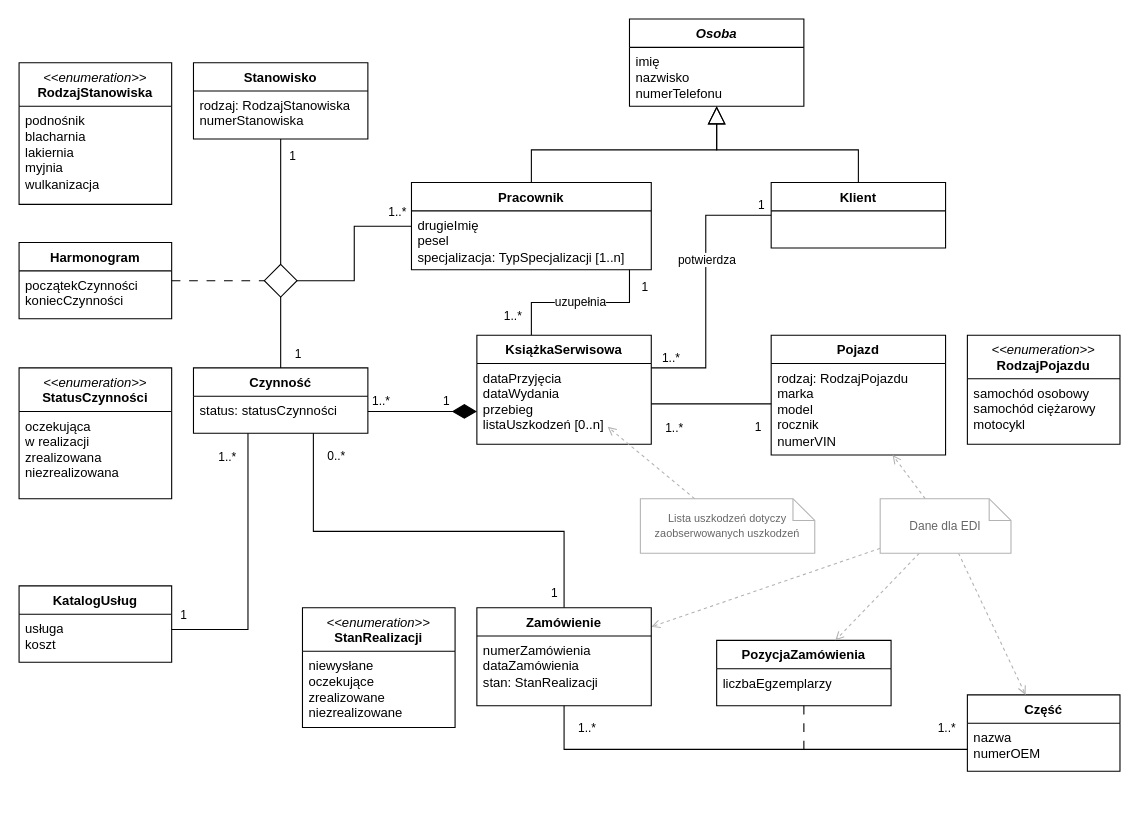
SSwiatlak/IT_SYSTEM_FOR_CAR_WORKSHOPS keeps this draw.io diagram as model_koncepcyjny/drawio/MODA4_koncepcyjny.drawio. Above is the earlier version. Source tidied: cells renumbered, new cells numbered last; positions are measured from the earlier drawing's top-left corner, leaving out a move shared by most shapes. Both pictures are drawn from the tidied source at 109%, with x=0, y=0 at pixel (19, 19).
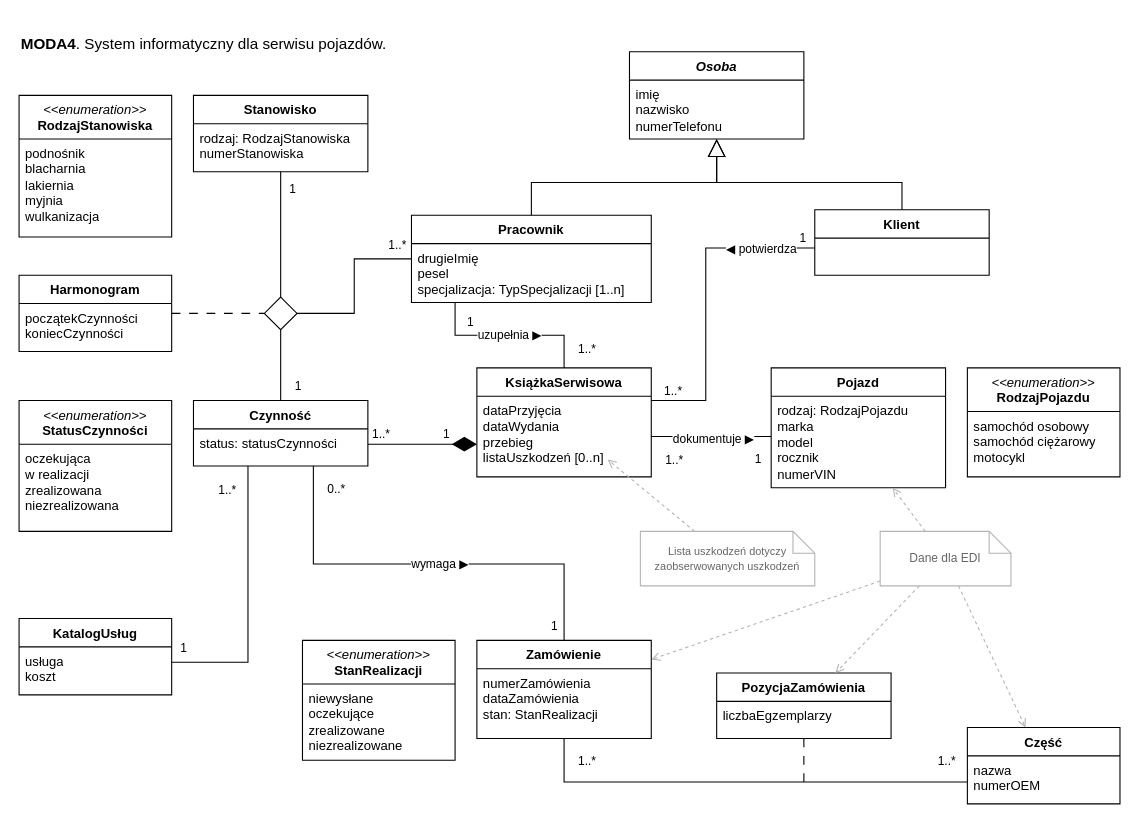
The same page after the edit.

Commit message (it also covers changes not shown here):
Nazwy asocjacji

Unchanged cells that the change refers to:
```xml
<mxCell id="20" value="&lt;span&gt;&lt;/span&gt;imię&lt;div&gt;nazwisko&lt;div&gt;numerTelefonu&lt;/div&gt;&lt;/div&gt;" style="text;strokeColor=none;fillColor=none;align=left;verticalAlign=top;spacingLeft=4;spacingRight=4;overflow=hidden;points=[[0,0.5],[1,0.5]];portConstraint=eastwest;whiteSpace=wrap;html=1;" parent="19" vertex="1">
  <mxGeometry y="26" width="160" height="54" as="geometry" />
</mxCell>
<mxCell id="35" value="&lt;span&gt;&lt;/span&gt;dataPrzyjęcia&lt;div&gt;dataWydania&lt;/div&gt;&lt;div&gt;&lt;span style=&quot;background-color: initial;&quot;&gt;przebieg&lt;/span&gt;&lt;/div&gt;&lt;div&gt;&lt;span style=&quot;background-color: initial;&quot;&gt;listaUszkodzeń [0..n]&lt;/span&gt;&lt;/div&gt;" style="text;strokeColor=none;fillColor=none;align=left;verticalAlign=top;spacingLeft=4;spacingRight=4;overflow=hidden;points=[[0,0.5],[1,0.5]];portConstraint=eastwest;whiteSpace=wrap;html=1;" parent="34" vertex="1">
  <mxGeometry y="26" width="160" height="74" as="geometry" />
</mxCell>
<mxCell id="40" value="Czynność" style="swimlane;fontStyle=1;align=center;verticalAlign=top;horizontal=1;startSize=26;whiteSpace=wrap;html=1;" parent="37" vertex="1">
  <mxGeometry x="160" width="160" height="60" as="geometry" />
</mxCell>
<mxCell id="45" value="Stanowisko" style="swimlane;fontStyle=1;align=center;verticalAlign=top;horizontal=1;startSize=26;whiteSpace=wrap;html=1;" parent="42" vertex="1">
  <mxGeometry x="160" width="160" height="70" as="geometry" />
</mxCell>
<mxCell id="49" value="&lt;span&gt;&lt;/span&gt;rodzaj: RodzajPojazdu&lt;br&gt; marka&lt;div&gt;model&lt;div&gt;rocznik&lt;div&gt;numerVIN&lt;/div&gt;&lt;/div&gt;&lt;/div&gt;" style="text;strokeColor=none;fillColor=none;align=left;verticalAlign=top;spacingLeft=4;spacingRight=4;overflow=hidden;points=[[0,0.5],[1,0.5]];portConstraint=eastwest;whiteSpace=wrap;html=1;" parent="48" vertex="1">
  <mxGeometry y="26" width="160" height="84" as="geometry" />
</mxCell>
```

The edit, as a diff of the source:
```diff
@@
+    <mxCell id="76" style="group;" parent="1" vertex="1">
+      <mxGeometry y="30" width="1010" height="690" as="geometry" />
+    </mxCell>
-    <mxCell id="2" style="edgeStyle=orthogonalEdgeStyle;rounded=0;jettySize=auto;html=1;dashed=1;startSize=7;endArrow=none;endFill=0;dashPattern=8 8;" parent="1" edge="1" source="3" target="13">
+    <mxCell id="2" style="edgeStyle=orthogonalEdgeStyle;rounded=0;jettySize=auto;html=1;dashed=1;startSize=7;endArrow=none;endFill=0;dashPattern=8 8;" parent="76" edge="1" source="3" target="13">
       <mxGeometry relative="1" as="geometry" />
     </mxCell>
-    <mxCell id="3" value="Harmonogram" style="swimlane;fontStyle=1;align=center;verticalAlign=top;horizontal=1;startSize=26;whiteSpace=wrap;html=1;" parent="1" vertex="1">
+    <mxCell id="3" value="Harmonogram" style="swimlane;fontStyle=1;align=center;verticalAlign=top;horizontal=1;startSize=26;whiteSpace=wrap;html=1;" parent="76" vertex="1">
       <mxGeometry y="205" width="140" height="70" as="geometry" />
     </mxCell>
@@
-    <mxCell id="5" value="KatalogUsług" style="swimlane;fontStyle=1;align=center;verticalAlign=top;horizontal=1;startSize=26;whiteSpace=wrap;html=1;" parent="1" vertex="1">
+    <mxCell id="5" value="KatalogUsług" style="swimlane;fontStyle=1;align=center;verticalAlign=top;horizontal=1;startSize=26;whiteSpace=wrap;html=1;" parent="76" vertex="1">
       <mxGeometry y="520" width="140" height="70" as="geometry" />
     </mxCell>
@@
-    <mxCell id="7" style="edgeStyle=orthogonalEdgeStyle;rounded=0;jettySize=auto;html=1;endArrow=none;endFill=0;" parent="1" edge="1" source="13" target="40">
+    <mxCell id="7" style="edgeStyle=orthogonalEdgeStyle;rounded=0;jettySize=auto;html=1;endArrow=none;endFill=0;" parent="76" edge="1" source="13" target="40">
       <mxGeometry relative="1" as="geometry" />
     </mxCell>
@@
-    <mxCell id="9" style="edgeStyle=orthogonalEdgeStyle;rounded=0;jettySize=auto;html=1;endArrow=none;endFill=0;" parent="1" edge="1" source="13" target="45">
+    <mxCell id="9" style="edgeStyle=orthogonalEdgeStyle;rounded=0;jettySize=auto;html=1;endArrow=none;endFill=0;" parent="76" edge="1" source="13" target="45">
       <mxGeometry relative="1" as="geometry">
         <Array as="points">
           <mxPoint x="240" y="190" />
           <mxPoint x="240" y="190" />
         </Array>
       </mxGeometry>
     </mxCell>
@@
-    <mxCell id="11" style="edgeStyle=orthogonalEdgeStyle;rounded=0;jettySize=auto;html=1;endArrow=none;endFill=0;" parent="1" edge="1" source="13" target="17">
+    <mxCell id="11" style="edgeStyle=orthogonalEdgeStyle;rounded=0;jettySize=auto;html=1;endArrow=none;endFill=0;" parent="76" edge="1" source="13" target="17">
       <mxGeometry relative="1" as="geometry" />
     </mxCell>
@@
-    <mxCell id="13" style="rhombus;whiteSpace=wrap;html=1;" parent="1" vertex="1">
+    <mxCell id="13" style="rhombus;whiteSpace=wrap;html=1;" parent="76" vertex="1">
       <mxGeometry x="225" y="225" width="30" height="30" as="geometry" />
     </mxCell>
-    <mxCell id="14" value="uzupełnia" style="edgeStyle=orthogonalEdgeStyle;rounded=0;jettySize=auto;html=1;endArrow=none;endFill=0;" parent="1" edge="1" source="17" target="34">
+    <mxCell id="14" value="uzupełnia&amp;nbsp;▶" style="edgeStyle=orthogonalEdgeStyle;rounded=0;jettySize=auto;html=1;endArrow=none;endFill=0;" parent="76" edge="1" source="17" target="34">
       <mxGeometry relative="1" as="geometry">
         <Array as="points">
-          <mxPoint x="560" y="260" />
-          <mxPoint x="470" y="260" />
+          <mxPoint x="400" y="260" />
+          <mxPoint x="500" y="260" />
         </Array>
       </mxGeometry>
     </mxCell>
     <mxCell id="15" value="1..*" style="edgeLabel;html=1;align=center;verticalAlign=middle;" parent="14" vertex="1">
       <mxGeometry x="0.46" relative="1" as="geometry">
-        <mxPoint x="-28" y="12" as="offset" />
+        <mxPoint x="33" y="12" as="offset" />
       </mxGeometry>
     </mxCell>
@@
-    <mxCell id="17" value="Pracownik" style="swimlane;fontStyle=1;align=center;verticalAlign=top;horizontal=1;startSize=26;whiteSpace=wrap;html=1;" parent="1" vertex="1">
+    <mxCell id="17" value="Pracownik" style="swimlane;fontStyle=1;align=center;verticalAlign=top;horizontal=1;startSize=26;whiteSpace=wrap;html=1;" parent="76" vertex="1">
       <mxGeometry x="360" y="150" width="220" height="80" as="geometry" />
     </mxCell>
@@
-    <mxCell id="19" value="&lt;i&gt;Osoba&lt;/i&gt;" style="swimlane;fontStyle=1;align=center;verticalAlign=top;horizontal=1;startSize=26;whiteSpace=wrap;html=1;" parent="1" vertex="1">
+    <mxCell id="19" value="&lt;i&gt;Osoba&lt;/i&gt;" style="swimlane;fontStyle=1;align=center;verticalAlign=top;horizontal=1;startSize=26;whiteSpace=wrap;html=1;" parent="76" vertex="1">
       <mxGeometry x="560" width="160" height="80" as="geometry" />
     </mxCell>
@@
-    <mxCell id="21" style="edgeStyle=orthogonalEdgeStyle;rounded=0;jettySize=auto;html=1;endArrow=none;endFill=0;" parent="1" edge="1" source="25" target="34">
+    <mxCell id="21" style="edgeStyle=orthogonalEdgeStyle;rounded=0;jettySize=auto;html=1;endArrow=none;endFill=0;" parent="76" edge="1" source="25" target="34">
       <mxGeometry relative="1" as="geometry">
         <Array as="points">
           <mxPoint x="630" y="180" />
           <mxPoint x="630" y="320" />
         </Array>
       </mxGeometry>
     </mxCell>
@@
-    <mxCell id="24" value="potwierdza" style="edgeLabel;html=1;align=center;verticalAlign=middle;" parent="21" vertex="1">
+    <mxCell id="24" value="◀ potwierdza" style="edgeLabel;html=1;align=center;verticalAlign=middle;" parent="21" vertex="1">
       <mxGeometry y="-1" relative="1" as="geometry">
-        <mxPoint x="1" y="-25" as="offset" />
+        <mxPoint x="51" y="-45" as="offset" />
       </mxGeometry>
     </mxCell>
-    <mxCell id="25" value="Klient" style="swimlane;fontStyle=1;align=center;verticalAlign=top;horizontal=1;startSize=26;whiteSpace=wrap;html=1;" parent="1" vertex="1">
-      <mxGeometry x="690" y="150" width="160" height="60" as="geometry" />
+    <mxCell id="25" value="Klient" style="swimlane;fontStyle=1;align=center;verticalAlign=top;horizontal=1;startSize=26;whiteSpace=wrap;html=1;" parent="76" vertex="1">
+      <mxGeometry x="730" y="145" width="160" height="60" as="geometry" />
     </mxCell>
-    <mxCell id="26" style="edgeStyle=orthogonalEdgeStyle;rounded=0;jettySize=auto;html=1;endArrow=none;endFill=0;startArrow=block;startFill=0;jumpSize=7;endSize=8;startSize=14;" parent="1" edge="1" source="20" target="17">
+    <mxCell id="26" style="edgeStyle=orthogonalEdgeStyle;rounded=0;jettySize=auto;html=1;endArrow=none;endFill=0;startArrow=block;startFill=0;jumpSize=7;endSize=8;startSize=14;" parent="76" edge="1" source="20" target="17">
       <mxGeometry relative="1" as="geometry">
         <Array as="points">
           <mxPoint x="640" y="120" />
           <mxPoint x="470" y="120" />
         </Array>
       </mxGeometry>
     </mxCell>
-    <mxCell id="27" style="edgeStyle=orthogonalEdgeStyle;rounded=0;jettySize=auto;html=1;endArrow=none;endFill=0;startArrow=block;startFill=0;endSize=14;startSize=14;" parent="1" edge="1" source="20" target="25">
+    <mxCell id="27" style="edgeStyle=orthogonalEdgeStyle;rounded=0;jettySize=auto;html=1;endArrow=none;endFill=0;startArrow=block;startFill=0;endSize=14;startSize=14;" parent="76" edge="1" source="20" target="25">
       <mxGeometry relative="1" as="geometry">
         <Array as="points">
           <mxPoint x="640" y="120" />
-          <mxPoint x="770" y="120" />
+          <mxPoint x="810" y="120" />
         </Array>
       </mxGeometry>
     </mxCell>
-    <mxCell id="28" style="edgeStyle=orthogonalEdgeStyle;rounded=0;jettySize=auto;html=1;endArrow=none;endFill=0;dashed=1;dashPattern=8 8;" parent="1" edge="1" source="29">
+    <mxCell id="28" style="edgeStyle=orthogonalEdgeStyle;rounded=0;jettySize=auto;html=1;endArrow=none;endFill=0;dashed=1;dashPattern=8 8;" parent="76" edge="1" source="29">
       <mxGeometry relative="1" as="geometry">
         <mxPoint x="720" y="670" as="targetPoint" />
         <Array as="points">
           <mxPoint x="720" y="650" />
           <mxPoint x="720" y="650" />
         </Array>
       </mxGeometry>
     </mxCell>
-    <mxCell id="29" value="PozycjaZamówienia" style="swimlane;fontStyle=1;align=center;verticalAlign=top;horizontal=1;startSize=26;whiteSpace=wrap;html=1;" parent="1" vertex="1">
+    <mxCell id="29" value="PozycjaZamówienia" style="swimlane;fontStyle=1;align=center;verticalAlign=top;horizontal=1;startSize=26;whiteSpace=wrap;html=1;" parent="76" vertex="1">
       <mxGeometry x="640" y="570" width="160" height="60" as="geometry" />
     </mxCell>
@@
-    <mxCell id="31" style="edgeStyle=orthogonalEdgeStyle;rounded=0;jettySize=auto;html=1;endArrow=none;endFill=0;startArrow=diamondThin;startFill=1;endSize=8;startSize=20;" parent="1" edge="1" source="34" target="40">
+    <mxCell id="31" style="edgeStyle=orthogonalEdgeStyle;rounded=0;jettySize=auto;html=1;endArrow=none;endFill=0;startArrow=diamondThin;startFill=1;endSize=8;startSize=20;" parent="76" edge="1" source="34" target="40">
       <mxGeometry relative="1" as="geometry">
         <Array as="points">
           <mxPoint x="370" y="360" />
           <mxPoint x="370" y="360" />
         </Array>
       </mxGeometry>
     </mxCell>
@@
-    <mxCell id="34" value="KsiążkaSerwisowa" style="swimlane;fontStyle=1;align=center;verticalAlign=top;horizontal=1;startSize=26;whiteSpace=wrap;html=1;" parent="1" vertex="1">
+    <mxCell id="34" value="KsiążkaSerwisowa" style="swimlane;fontStyle=1;align=center;verticalAlign=top;horizontal=1;startSize=26;whiteSpace=wrap;html=1;" parent="76" vertex="1">
       <mxGeometry x="420" y="290" width="160" height="100" as="geometry" />
     </mxCell>
@@
-    <mxCell id="37" style="group;" parent="1" vertex="1">
+    <mxCell id="37" style="group;" parent="76" vertex="1">
       <mxGeometry y="320" width="320" height="120" as="geometry" />
     </mxCell>
@@
-    <mxCell id="42" style="group;" parent="1" vertex="1">
+    <mxCell id="42" style="group;" parent="76" vertex="1">
       <mxGeometry y="40" width="320" height="130" as="geometry" />
     </mxCell>
@@
-    <mxCell id="47" style="group;" parent="1" vertex="1">
+    <mxCell id="47" style="group;" parent="76" vertex="1">
       <mxGeometry x="690" y="290" width="320" height="110" as="geometry" />
     </mxCell>
@@
-    <mxCell id="52" value="Część" style="swimlane;fontStyle=1;align=center;verticalAlign=top;horizontal=1;startSize=26;whiteSpace=wrap;html=1;" parent="1" vertex="1">
+    <mxCell id="52" value="Część" style="swimlane;fontStyle=1;align=center;verticalAlign=top;horizontal=1;startSize=26;whiteSpace=wrap;html=1;" parent="76" vertex="1">
       <mxGeometry x="870" y="620" width="140" height="70" as="geometry" />
     </mxCell>
@@
-    <mxCell id="54" style="edgeStyle=orthogonalEdgeStyle;rounded=0;jettySize=auto;html=1;endArrow=none;endFill=0;" parent="1" edge="1" source="35" target="49">
+    <mxCell id="54" style="edgeStyle=orthogonalEdgeStyle;rounded=0;jettySize=auto;html=1;endArrow=none;endFill=0;" parent="76" edge="1" source="35" target="49">
       <mxGeometry relative="1" as="geometry">
         <Array as="points">
           <mxPoint x="720" y="350" />
           <mxPoint x="720" y="350" />
         </Array>
       </mxGeometry>
     </mxCell>
@@
+    <mxCell id="77" value="dokumentuje&amp;nbsp;▶" style="edgeLabel;html=1;align=center;verticalAlign=middle;" parent="54" vertex="1">
+      <mxGeometry x="0.01" y="-1" relative="1" as="geometry" />
+    </mxCell>
-    <mxCell id="57" style="edgeStyle=orthogonalEdgeStyle;rounded=0;jettySize=auto;html=1;endArrow=none;endFill=0;" parent="1" edge="1" source="40" target="72">
+    <mxCell id="57" style="edgeStyle=orthogonalEdgeStyle;rounded=0;jettySize=auto;html=1;endArrow=none;endFill=0;" parent="76" edge="1" source="40" target="72">
       <mxGeometry relative="1" as="geometry">
         <Array as="points">
           <mxPoint x="270" y="470" />
           <mxPoint x="500" y="470" />
         </Array>
       </mxGeometry>
     </mxCell>
@@
+    <mxCell id="78" value="wymaga&amp;nbsp;▶" style="edgeLabel;html=1;align=center;verticalAlign=middle;" parent="57" vertex="1">
+      <mxGeometry x="0.05" y="1" relative="1" as="geometry" />
+    </mxCell>
-    <mxCell id="60" style="edgeStyle=orthogonalEdgeStyle;rounded=0;jettySize=auto;html=1;endArrow=none;endFill=0;" parent="1" edge="1" source="72" target="52">
+    <mxCell id="60" style="edgeStyle=orthogonalEdgeStyle;rounded=0;jettySize=auto;html=1;endArrow=none;endFill=0;" parent="76" edge="1" source="72" target="52">
       <mxGeometry relative="1" as="geometry">
         <Array as="points">
           <mxPoint x="500" y="670" />
         </Array>
       </mxGeometry>
     </mxCell>
@@
-    <mxCell id="63" style="edgeStyle=orthogonalEdgeStyle;rounded=0;jettySize=auto;html=1;endArrow=none;endFill=0;" parent="1" edge="1" source="40" target="5">
+    <mxCell id="63" style="edgeStyle=orthogonalEdgeStyle;rounded=0;jettySize=auto;html=1;endArrow=none;endFill=0;" parent="76" edge="1" source="40" target="5">
       <mxGeometry relative="1" as="geometry">
         <Array as="points">
           <mxPoint x="210" y="560" />
         </Array>
       </mxGeometry>
     </mxCell>
@@
-    <mxCell id="66" style="rounded=0;jettySize=auto;html=1;strokeColor=#B3B3B3;dashed=1;endArrow=open;endFill=0;" parent="1" edge="1" source="70" target="72">
+    <mxCell id="66" style="rounded=0;jettySize=auto;html=1;strokeColor=#B3B3B3;dashed=1;endArrow=open;endFill=0;" parent="76" edge="1" source="70" target="72">
       <mxGeometry relative="1" as="geometry" />
     </mxCell>
-    <mxCell id="67" style="rounded=0;jettySize=auto;html=1;strokeColor=#B3B3B3;dashed=1;endArrow=open;endFill=0;" parent="1" edge="1" source="70" target="29">
+    <mxCell id="67" style="rounded=0;jettySize=auto;html=1;strokeColor=#B3B3B3;dashed=1;endArrow=open;endFill=0;" parent="76" edge="1" source="70" target="29">
       <mxGeometry relative="1" as="geometry" />
     </mxCell>
-    <mxCell id="68" style="rounded=0;jettySize=auto;html=1;strokeColor=#B3B3B3;dashed=1;endArrow=open;endFill=0;" parent="1" edge="1" source="70" target="52">
+    <mxCell id="68" style="rounded=0;jettySize=auto;html=1;strokeColor=#B3B3B3;dashed=1;endArrow=open;endFill=0;" parent="76" edge="1" source="70" target="52">
       <mxGeometry relative="1" as="geometry" />
     </mxCell>
-    <mxCell id="69" style="rounded=0;jettySize=auto;html=1;dashed=1;endArrow=open;endFill=0;strokeColor=#B3B3B3;" parent="1" edge="1" source="70" target="49">
+    <mxCell id="69" style="rounded=0;jettySize=auto;html=1;dashed=1;endArrow=open;endFill=0;strokeColor=#B3B3B3;" parent="76" edge="1" source="70" target="49">
       <mxGeometry relative="1" as="geometry" />
     </mxCell>
-    <mxCell id="70" value="Dane dla EDI" style="shape=note;size=20;whiteSpace=wrap;html=1;strokeColor=#B3B3B3;fontSize=11;fontColor=#666666;" parent="1" vertex="1">
+    <mxCell id="70" value="Dane dla EDI" style="shape=note;size=20;whiteSpace=wrap;html=1;strokeColor=#B3B3B3;fontSize=11;fontColor=#666666;" parent="76" vertex="1">
       <mxGeometry x="790" y="440" width="120" height="50" as="geometry" />
     </mxCell>
-    <mxCell id="71" value="&lt;font style=&quot;font-size: 10px;&quot;&gt;Lista uszkodzeń dotyczy zaobserwowanych uszkodzeń&lt;/font&gt;" style="shape=note;size=20;whiteSpace=wrap;html=1;strokeColor=#B3B3B3;fontSize=11;fontColor=#666666;" parent="1" vertex="1">
+    <mxCell id="71" value="&lt;font style=&quot;font-size: 10px;&quot;&gt;Lista uszkodzeń dotyczy zaobserwowanych uszkodzeń&lt;/font&gt;" style="shape=note;size=20;whiteSpace=wrap;html=1;strokeColor=#B3B3B3;fontSize=11;fontColor=#666666;" parent="76" vertex="1">
       <mxGeometry x="570" y="440" width="160" height="50" as="geometry" />
     </mxCell>
-    <mxCell id="72" value="Zamówienie" style="swimlane;fontStyle=1;align=center;verticalAlign=top;horizontal=1;startSize=26;whiteSpace=wrap;html=1;" parent="1" vertex="1">
+    <mxCell id="72" value="Zamówienie" style="swimlane;fontStyle=1;align=center;verticalAlign=top;horizontal=1;startSize=26;whiteSpace=wrap;html=1;" parent="76" vertex="1">
       <mxGeometry x="420" y="540" width="160" height="90" as="geometry" />
     </mxCell>
@@
-    <mxCell id="74" value="&lt;span style=&quot;font-weight: normal;&quot;&gt;&lt;i&gt;&amp;lt;&amp;lt;enumeration&amp;gt;&amp;gt;&lt;/i&gt;&lt;/span&gt;&lt;div&gt;StanRealizacji&lt;/div&gt;" style="swimlane;fontStyle=1;align=center;verticalAlign=top;horizontal=1;startSize=40;whiteSpace=wrap;html=1;" parent="1" vertex="1">
+    <mxCell id="74" value="&lt;span style=&quot;font-weight: normal;&quot;&gt;&lt;i&gt;&amp;lt;&amp;lt;enumeration&amp;gt;&amp;gt;&lt;/i&gt;&lt;/span&gt;&lt;div&gt;StanRealizacji&lt;/div&gt;" style="swimlane;fontStyle=1;align=center;verticalAlign=top;horizontal=1;startSize=40;whiteSpace=wrap;html=1;" parent="76" vertex="1">
       <mxGeometry x="260" y="540" width="140" height="110" as="geometry" />
     </mxCell>
@@
+    <mxCell id="79" value="&lt;font style=&quot;font-size: 14px;&quot;&gt;&lt;b style=&quot;&quot;&gt;MODA4&lt;/b&gt;. System informatyczny dla serwisu pojazdów.&lt;/font&gt;&lt;div style=&quot;font-size: 14px;&quot;&gt;&lt;br&gt;&lt;/div&gt;" style="text;html=1;align=left;verticalAlign=top;whiteSpace=wrap;rounded=0;" parent="1" vertex="1">
+      <mxGeometry y="8" width="410" height="20" as="geometry" />
+    </mxCell>
```
